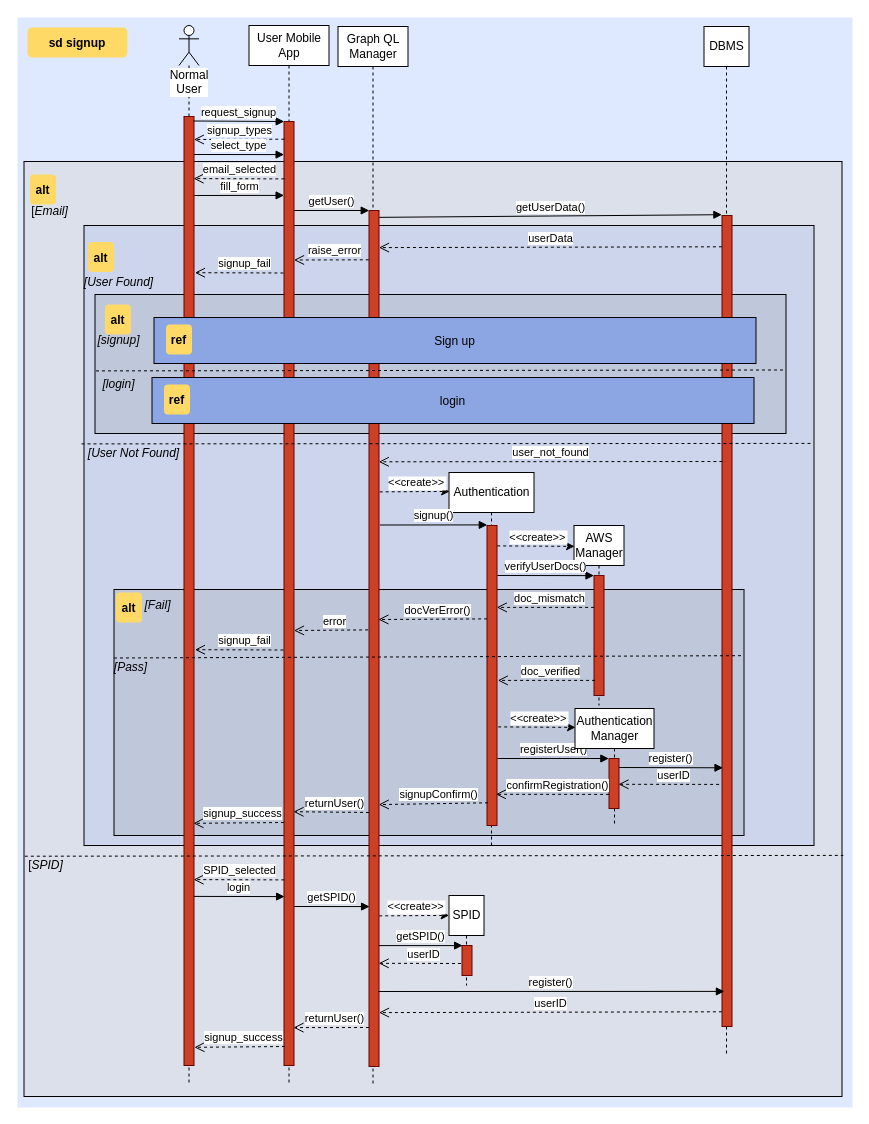
This is page "signup normal user" (2 of 7) of DD/sequence diagrams.drawio from comidan/SafeStreets, a draw.io file, before an edit. Source tidied: cells renumbered, new cells numbered last; positions are measured from the earlier drawing's top-left corner, leaving out a move shared by most shapes. Both pictures are drawn from the tidied source at 100%, with x=0, y=0 at pixel (17, 17).
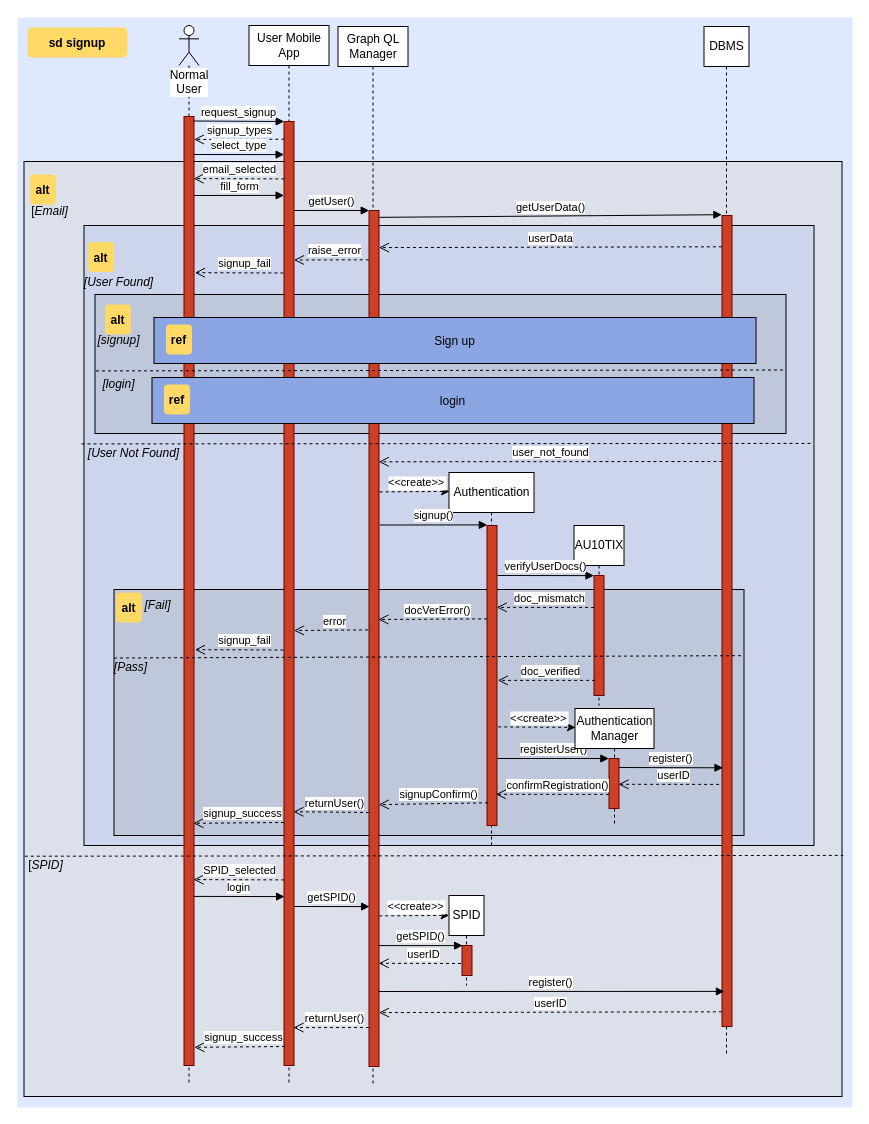
The same diagram, later.

Change to the diagram source:
```diff
@@
-    <mxCell id="45" value="AWS Manager" style="shape=umlLifeline;perimeter=lifelinePerimeter;whiteSpace=wrap;html=1;outlineConnect=0;" parent="1" vertex="1">
+    <mxCell id="45" value="AU10TIX" style="shape=umlLifeline;perimeter=lifelinePerimeter;whiteSpace=wrap;html=1;outlineConnect=0;" parent="1" vertex="1">
       <mxGeometry x="556.5" y="508" width="50" height="180" as="geometry" />
     </mxCell>
@@
-    <mxCell id="47" value="&lt;&lt;create&gt;&gt;" style="edgeStyle=none;verticalLabelPosition=top;verticalAlign=bottom;dashed=1;exitX=1.018;exitY=0.024;exitDx=0;exitDy=0;exitPerimeter=0;entryX=0.01;entryY=0.116;entryDx=0;entryDy=0;entryPerimeter=0;" parent="1" edge="1" target="45">
-      <mxGeometry x="71.5" y="319.5" as="geometry">
-        <mxPoint x="479.7" y="528.4" as="sourcePoint" />
-        <mxPoint x="2" as="offset" />
-      </mxGeometry>
-    </mxCell>
```
